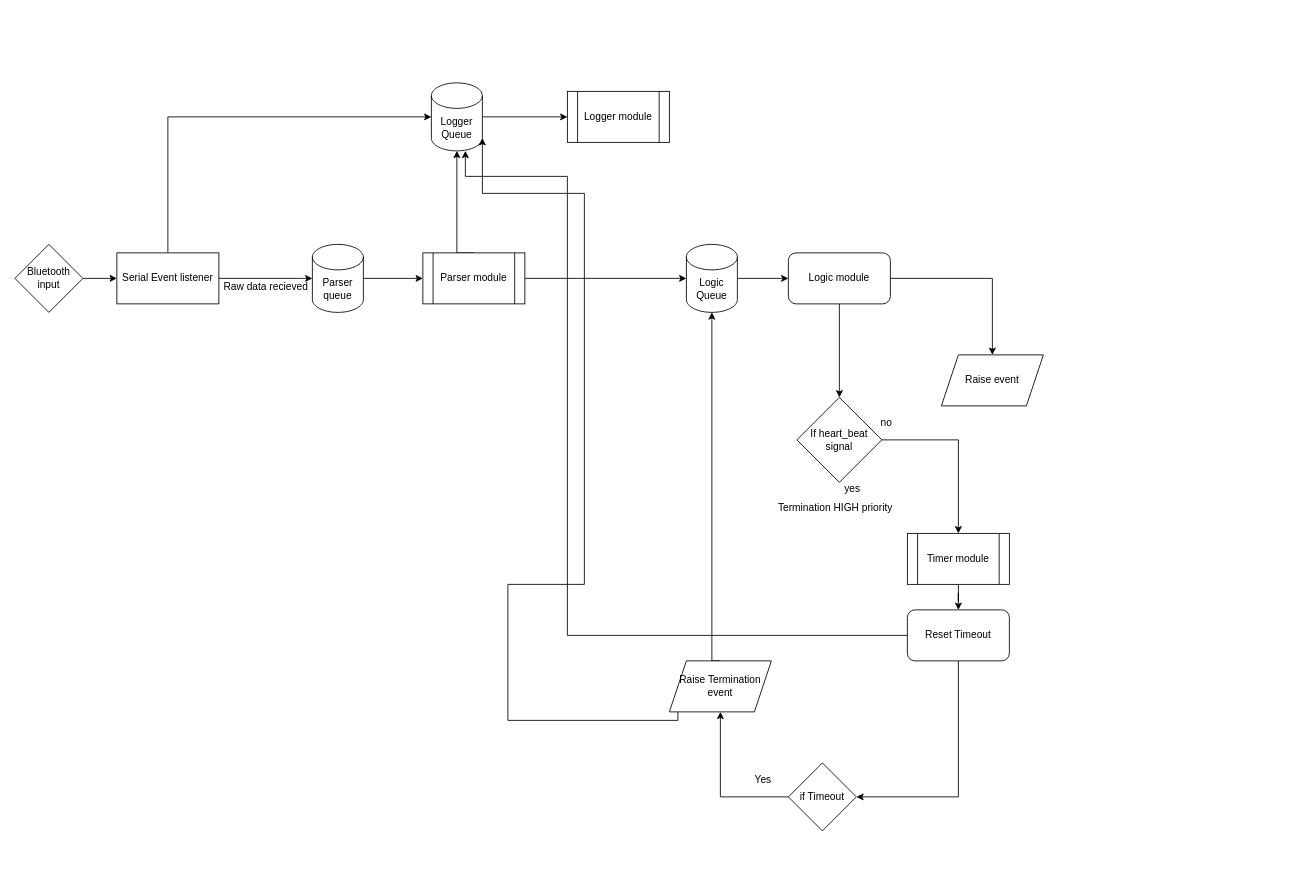
Above: Untitled Diagram.drawio in arjun1299/PancreasGUI (draw.io), before the change. Source tidied: cells renumbered, new cells numbered last; positions are measured from the earlier drawing's top-left corner, leaving out a move shared by most shapes. Both pictures are drawn from the tidied source at 85%, with x=0, y=0 at pixel (14, 82).
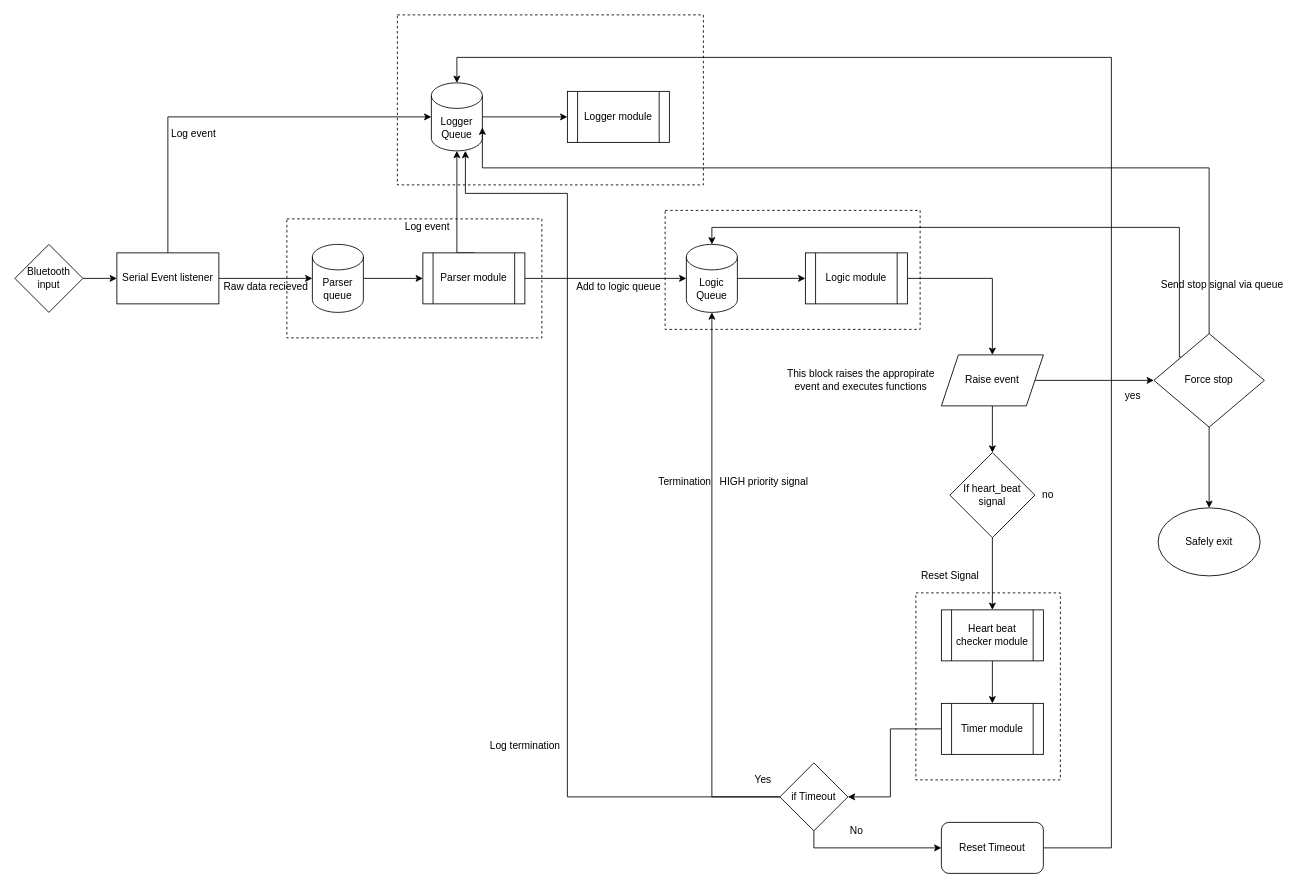
After the change.

The change refers to these unchanged cells:
```xml
<mxCell id="15" value="Logger Queue" style="shape=cylinder3;whiteSpace=wrap;html=1;boundedLbl=1;backgroundOutline=1;size=15;" parent="1" vertex="1">
  <mxGeometry x="490" width="60" height="80" as="geometry" />
</mxCell>
<mxCell id="17" value="Logic Queue" style="shape=cylinder3;whiteSpace=wrap;html=1;boundedLbl=1;backgroundOutline=1;size=15;" parent="1" vertex="1">
  <mxGeometry x="790" y="190" width="60" height="80" as="geometry" />
</mxCell>
<mxCell id="21" value="Raise event" style="shape=parallelogram;perimeter=parallelogramPerimeter;whiteSpace=wrap;html=1;fixedSize=1;" parent="1" vertex="1">
  <mxGeometry x="1090" y="320" width="120" height="60" as="geometry" />
</mxCell>
```

The edit, as a diff of the source:
```diff
@@
+    <mxCell id="38" style="verticalLabelPosition=bottom;verticalAlign=top;html=1;shape=mxgraph.basic.rect;fillColor2=none;strokeWidth=1;size=20;indent=5;dashed=1;" parent="1" vertex="1">
+      <mxGeometry x="765" y="150" width="300" height="140" as="geometry" />
+    </mxCell>
+    <mxCell id="39" style="verticalLabelPosition=bottom;verticalAlign=top;html=1;shape=mxgraph.basic.rect;fillColor2=none;strokeWidth=1;size=20;indent=5;dashed=1;" parent="1" vertex="1">
+      <mxGeometry x="1060" y="600" width="170" height="220" as="geometry" />
+    </mxCell>
+    <mxCell id="40" style="verticalLabelPosition=bottom;verticalAlign=top;html=1;shape=mxgraph.basic.rect;fillColor2=none;strokeWidth=1;size=20;indent=5;dashed=1;" parent="1" vertex="1">
+      <mxGeometry x="450" y="-80" width="360" height="200" as="geometry" />
+    </mxCell>
+    <mxCell id="41" style="verticalLabelPosition=bottom;verticalAlign=top;html=1;shape=mxgraph.basic.rect;fillColor2=none;strokeWidth=1;size=20;indent=5;dashed=1;" parent="1" vertex="1">
+      <mxGeometry x="320" y="160" width="300" height="140" as="geometry" />
+    </mxCell>
@@
-    <mxCell id="19" style="edgeStyle=orthogonalEdgeStyle;rounded=0;jettySize=auto;html=1;exitX=0.5;exitY=1;exitDx=0;exitDy=0;" parent="1" edge="1" source="20" target="25">
-      <mxGeometry relative="1" as="geometry" />
-    </mxCell>
-    <mxCell id="20" value="Logic module" style="rounded=1;whiteSpace=wrap;html=1;" parent="1" vertex="1">
-      <mxGeometry x="910" y="200" width="120" height="60" as="geometry" />
-    </mxCell>
+    <mxCell id="42" style="edgeStyle=orthogonalEdgeStyle;rounded=0;jettySize=auto;html=1;exitX=0.5;exitY=1;exitDx=0;exitDy=0;" parent="1" edge="1" source="21" target="25">
+      <mxGeometry relative="1" as="geometry" />
+    </mxCell>
+    <mxCell id="43" style="edgeStyle=orthogonalEdgeStyle;rounded=0;jettySize=auto;html=1;" parent="1" edge="1" source="21" target="53">
+      <mxGeometry relative="1" as="geometry" />
+    </mxCell>
@@
-    <mxCell id="22" style="edgeStyle=orthogonalEdgeStyle;rounded=0;jettySize=auto;html=1;exitX=0.5;exitY=1;exitDx=0;exitDy=0;entryX=1;entryY=0.5;entryDx=0;entryDy=0;" parent="1" edge="1" source="37" target="29">
-      <mxGeometry relative="1" as="geometry" />
-    </mxCell>
-    <mxCell id="23" style="edgeStyle=orthogonalEdgeStyle;rounded=0;jettySize=auto;html=1;exitX=0;exitY=0.5;exitDx=0;exitDy=0;" parent="1" edge="1" source="37" target="15">
-      <mxGeometry relative="1" as="geometry">
-        <Array as="points">
-          <mxPoint x="650" y="650" />
-          <mxPoint x="650" y="110" />
-          <mxPoint x="530" y="110" />
-        </Array>
-      </mxGeometry>
-    </mxCell>
-    <mxCell id="24" style="edgeStyle=orthogonalEdgeStyle;rounded=0;jettySize=auto;html=1;" parent="1" edge="1" source="25" target="36">
+    <mxCell id="24" style="edgeStyle=orthogonalEdgeStyle;rounded=0;jettySize=auto;html=1;exitX=0.5;exitY=1;exitDx=0;exitDy=0;entryX=0.5;entryY=0;entryDx=0;entryDy=0;" parent="1" edge="1" source="25" target="59">
       <mxGeometry relative="1" as="geometry" />
     </mxCell>
     <mxCell id="25" value="If heart_beat signal" style="rhombus;whiteSpace=wrap;html=1;" parent="1" vertex="1">
-      <mxGeometry x="920" y="370" width="100" height="100" as="geometry" />
+      <mxGeometry x="1100" y="435" width="100" height="100" as="geometry" />
     </mxCell>
-    <mxCell id="26" value="&lt;div&gt;yes&lt;/div&gt;&lt;div&gt;&lt;br&gt;&lt;/div&gt;" style="text;html=1;align=center;verticalAlign=middle;" parent="1" vertex="1">
-      <mxGeometry x="970" y="470" width="30" height="30" as="geometry" />
+    <mxCell id="26" value="Reset Signal" style="text;html=1;align=center;verticalAlign=middle;" parent="1" vertex="1">
+      <mxGeometry x="1060" y="570" width="80" height="20" as="geometry" />
     </mxCell>
     <mxCell id="27" value="no" style="text;html=1;align=center;verticalAlign=middle;" parent="1" vertex="1">
-      <mxGeometry x="1010" y="390" width="30" height="20" as="geometry" />
+      <mxGeometry x="1200" y="475" width="30" height="20" as="geometry" />
     </mxCell>
-    <mxCell id="28" style="edgeStyle=orthogonalEdgeStyle;rounded=0;jettySize=auto;html=1;" parent="1" edge="1" source="29" target="32">
+    <mxCell id="28" style="edgeStyle=orthogonalEdgeStyle;rounded=0;jettySize=auto;html=1;entryX=0.5;entryY=1;entryDx=0;entryDy=0;entryPerimeter=0;" parent="1" edge="1" source="29" target="17">
       <mxGeometry relative="1" as="geometry" />
     </mxCell>
+    <mxCell id="44" style="edgeStyle=orthogonalEdgeStyle;rounded=0;jettySize=auto;html=1;exitX=0.5;exitY=1;exitDx=0;exitDy=0;entryX=0;entryY=0.5;entryDx=0;entryDy=0;" parent="1" edge="1" source="29" target="37">
+      <mxGeometry relative="1" as="geometry" />
+    </mxCell>
-    <mxCell id="29" value="if Timeout" style="rhombus;whiteSpace=wrap;html=1;" parent="1" vertex="1">
-      <mxGeometry x="910" y="800" width="80" height="80" as="geometry" />
+    <mxCell id="29" value="if Timeout " style="rhombus;whiteSpace=wrap;html=1;" parent="1" vertex="1">
+      <mxGeometry x="900" y="800" width="80" height="80" as="geometry" />
     </mxCell>
-    <mxCell id="30" style="edgeStyle=orthogonalEdgeStyle;rounded=0;jettySize=auto;html=1;exitX=0.5;exitY=0;exitDx=0;exitDy=0;entryX=0.5;entryY=1;entryDx=0;entryDy=0;entryPerimeter=0;" parent="1" edge="1" source="32" target="17">
-      <mxGeometry relative="1" as="geometry">
-        <Array as="points">
-          <mxPoint x="820" y="680" />
-        </Array>
-      </mxGeometry>
-    </mxCell>
-    <mxCell id="31" style="edgeStyle=orthogonalEdgeStyle;rounded=0;jettySize=auto;html=1;exitX=0;exitY=0.5;exitDx=0;exitDy=0;entryX=1;entryY=1;entryDx=0;entryDy=-15;entryPerimeter=0;" parent="1" edge="1" source="32" target="15">
+    <mxCell id="31" style="edgeStyle=orthogonalEdgeStyle;rounded=0;jettySize=auto;html=1;exitX=0;exitY=0.5;exitDx=0;exitDy=0;entryX=0.667;entryY=1;entryDx=0;entryDy=0;entryPerimeter=0;" parent="1" edge="1" source="29" target="15">
       <mxGeometry relative="1" as="geometry">
         <Array as="points">
-          <mxPoint x="580" y="750" />
-          <mxPoint x="580" y="590" />
-          <mxPoint x="670" y="590" />
-          <mxPoint x="670" y="130" />
-          <mxPoint x="550" y="130" />
+          <mxPoint x="650" y="840" />
+          <mxPoint x="650" y="130" />
+          <mxPoint x="530" y="130" />
         </Array>
       </mxGeometry>
     </mxCell>
-    <mxCell id="32" value="Raise Termination event" style="shape=parallelogram;perimeter=parallelogramPerimeter;whiteSpace=wrap;html=1;fixedSize=1;" parent="1" vertex="1">
-      <mxGeometry x="770" y="680" width="120" height="60" as="geometry" />
-    </mxCell>
-    <mxCell id="33" value="Termination HIGH priority" style="text;html=1;align=center;verticalAlign=middle;" parent="1" vertex="1">
-      <mxGeometry x="890" y="490" width="150" height="20" as="geometry" />
+    <mxCell id="33" value="Termination &amp;nbsp; HIGH priority signal" style="text;html=1;align=center;verticalAlign=middle;" parent="1" vertex="1">
+      <mxGeometry x="750" y="460" width="190" height="20" as="geometry" />
     </mxCell>
@@
-    <mxCell id="35" style="edgeStyle=orthogonalEdgeStyle;rounded=0;jettySize=auto;html=1;exitX=0.5;exitY=1;exitDx=0;exitDy=0;" parent="1" edge="1" source="36" target="37">
-      <mxGeometry relative="1" as="geometry" />
-    </mxCell>
+    <mxCell id="45" style="edgeStyle=orthogonalEdgeStyle;rounded=0;jettySize=auto;html=1;exitX=0;exitY=0.5;exitDx=0;exitDy=0;entryX=1;entryY=0.5;entryDx=0;entryDy=0;" parent="1" edge="1" source="36" target="29">
+      <mxGeometry relative="1" as="geometry">
+        <Array as="points">
+          <mxPoint x="1030" y="760" />
+          <mxPoint x="1030" y="840" />
+        </Array>
+      </mxGeometry>
+    </mxCell>
     <mxCell id="36" value="Timer module" style="shape=process;whiteSpace=wrap;html=1;backgroundOutline=1;" parent="1" vertex="1">
-      <mxGeometry x="1050" y="530" width="120" height="60" as="geometry" />
+      <mxGeometry x="1090" y="730" width="120" height="60" as="geometry" />
     </mxCell>
+    <mxCell id="23" style="edgeStyle=orthogonalEdgeStyle;rounded=0;jettySize=auto;html=1;exitX=1;exitY=0.5;exitDx=0;exitDy=0;entryX=0.5;entryY=0;entryDx=0;entryDy=0;entryPerimeter=0;" parent="1" edge="1" source="37" target="15">
+      <mxGeometry relative="1" as="geometry">
+        <Array as="points">
+          <mxPoint x="1290" y="900" />
+          <mxPoint x="1290" y="-30" />
+          <mxPoint x="520" y="-30" />
+        </Array>
+      </mxGeometry>
+    </mxCell>
     <mxCell id="37" value="Reset Timeout" style="rounded=1;whiteSpace=wrap;html=1;" parent="1" vertex="1">
-      <mxGeometry x="1050" y="620" width="120" height="60" as="geometry" />
+      <mxGeometry x="1090" y="870" width="120" height="60" as="geometry" />
     </mxCell>
+    <mxCell id="46" value="Log event" style="text;html=1;align=center;verticalAlign=middle;" parent="1" vertex="1">
+      <mxGeometry x="175" y="50" width="70" height="20" as="geometry" />
+    </mxCell>
+    <mxCell id="47" value="Log event" style="text;html=1;align=center;verticalAlign=middle;" parent="1" vertex="1">
+      <mxGeometry x="450" y="160" width="70" height="20" as="geometry" />
+    </mxCell>
+    <mxCell id="48" value="Add to logic queue " style="text;html=1;align=center;verticalAlign=middle;" parent="1" vertex="1">
+      <mxGeometry x="655" y="230" width="110" height="20" as="geometry" />
+    </mxCell>
+    <mxCell id="20" value="&lt;div&gt;Logic module&lt;/div&gt;" style="shape=process;whiteSpace=wrap;html=1;backgroundOutline=1;" parent="1" vertex="1">
+      <mxGeometry x="930" y="200" width="120" height="60" as="geometry" />
+    </mxCell>
+    <mxCell id="49" value="Log termination" style="text;html=1;align=center;verticalAlign=middle;" parent="1" vertex="1">
+      <mxGeometry x="550" y="770" width="100" height="20" as="geometry" />
+    </mxCell>
+    <mxCell id="50" style="edgeStyle=orthogonalEdgeStyle;rounded=0;jettySize=auto;html=1;exitX=0.5;exitY=0;exitDx=0;exitDy=0;entryX=1;entryY=0;entryDx=0;entryDy=52.5;entryPerimeter=0;" parent="1" edge="1" source="53" target="15">
+      <mxGeometry relative="1" as="geometry">
+        <Array as="points">
+          <mxPoint x="1405" y="100" />
+          <mxPoint x="550" y="100" />
+        </Array>
+      </mxGeometry>
+    </mxCell>
+    <mxCell id="51" style="edgeStyle=orthogonalEdgeStyle;rounded=0;jettySize=auto;html=1;exitX=0;exitY=0;exitDx=0;exitDy=0;entryX=0.5;entryY=0;entryDx=0;entryDy=0;entryPerimeter=0;" parent="1" edge="1" source="53" target="17">
+      <mxGeometry relative="1" as="geometry">
+        <Array as="points">
+          <mxPoint x="1370" y="323" />
+          <mxPoint x="1370" y="170" />
+          <mxPoint x="820" y="170" />
+        </Array>
+      </mxGeometry>
+    </mxCell>
+    <mxCell id="52" style="edgeStyle=orthogonalEdgeStyle;rounded=0;jettySize=auto;html=1;" parent="1" edge="1" source="53" target="57">
+      <mxGeometry relative="1" as="geometry" />
+    </mxCell>
+    <mxCell id="53" value="Force stop" style="rhombus;whiteSpace=wrap;html=1;" parent="1" vertex="1">
+      <mxGeometry x="1340" y="295" width="130" height="110" as="geometry" />
+    </mxCell>
+    <mxCell id="54" value="&lt;div&gt;yes&lt;/div&gt;&lt;div&gt;&lt;br&gt;&lt;/div&gt;" style="text;html=1;align=center;verticalAlign=middle;" parent="1" vertex="1">
+      <mxGeometry x="1300" y="360" width="30" height="30" as="geometry" />
+    </mxCell>
+    <mxCell id="55" value="&lt;div&gt;This block raises the appropirate &lt;br&gt;&lt;/div&gt;&lt;div&gt;event and executes functions&lt;/div&gt;" style="text;html=1;align=center;verticalAlign=middle;" parent="1" vertex="1">
+      <mxGeometry x="900" y="335" width="190" height="30" as="geometry" />
+    </mxCell>
+    <mxCell id="56" value="&lt;div&gt;Send stop signal via queue&lt;/div&gt;&lt;div&gt;&lt;br&gt;&lt;/div&gt;" style="text;html=1;align=center;verticalAlign=middle;" parent="1" vertex="1">
+      <mxGeometry x="1340" y="230" width="160" height="30" as="geometry" />
+    </mxCell>
+    <mxCell id="57" value="Safely exit" style="ellipse;whiteSpace=wrap;html=1;" parent="1" vertex="1">
+      <mxGeometry x="1345" y="500" width="120" height="80" as="geometry" />
+    </mxCell>
+    <mxCell id="58" style="edgeStyle=orthogonalEdgeStyle;rounded=0;jettySize=auto;html=1;" parent="1" edge="1" source="59" target="36">
+      <mxGeometry relative="1" as="geometry" />
+    </mxCell>
+    <mxCell id="59" value="Heart beat checker module" style="shape=process;whiteSpace=wrap;html=1;backgroundOutline=1;" parent="1" vertex="1">
+      <mxGeometry x="1090" y="620" width="120" height="60" as="geometry" />
+    </mxCell>
+    <mxCell id="60" value="No" style="text;html=1;align=center;verticalAlign=middle;" parent="1" vertex="1">
+      <mxGeometry x="975" y="870" width="30" height="20" as="geometry" />
+    </mxCell>
```
